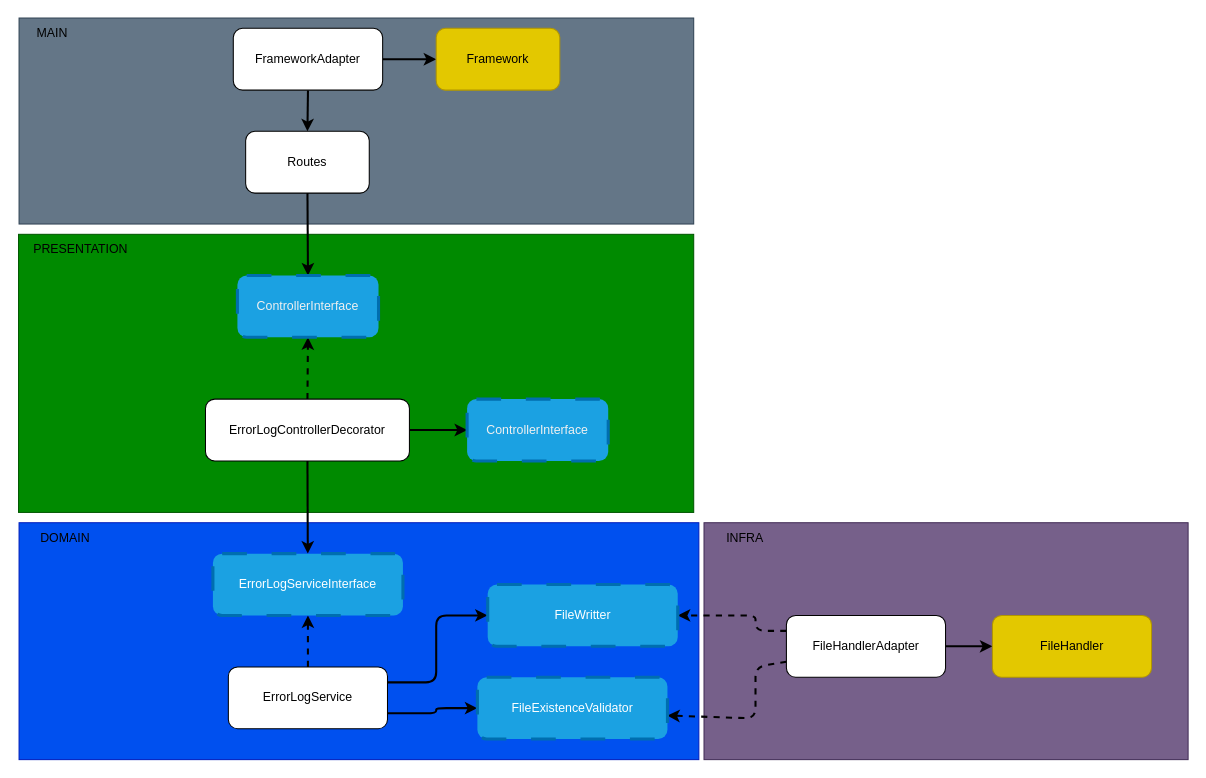
Before: diagrams/error-log.drawio in DouglasVolcato/node-tdd-clean-architecture, a draw.io diagram. Source tidied: cells renumbered, new cells numbered last; positions are measured from the earlier drawing's top-left corner, leaving out a move shared by most shapes. Both pictures are drawn from the tidied source at 103%, with x=0, y=0 at pixel (18, 18).
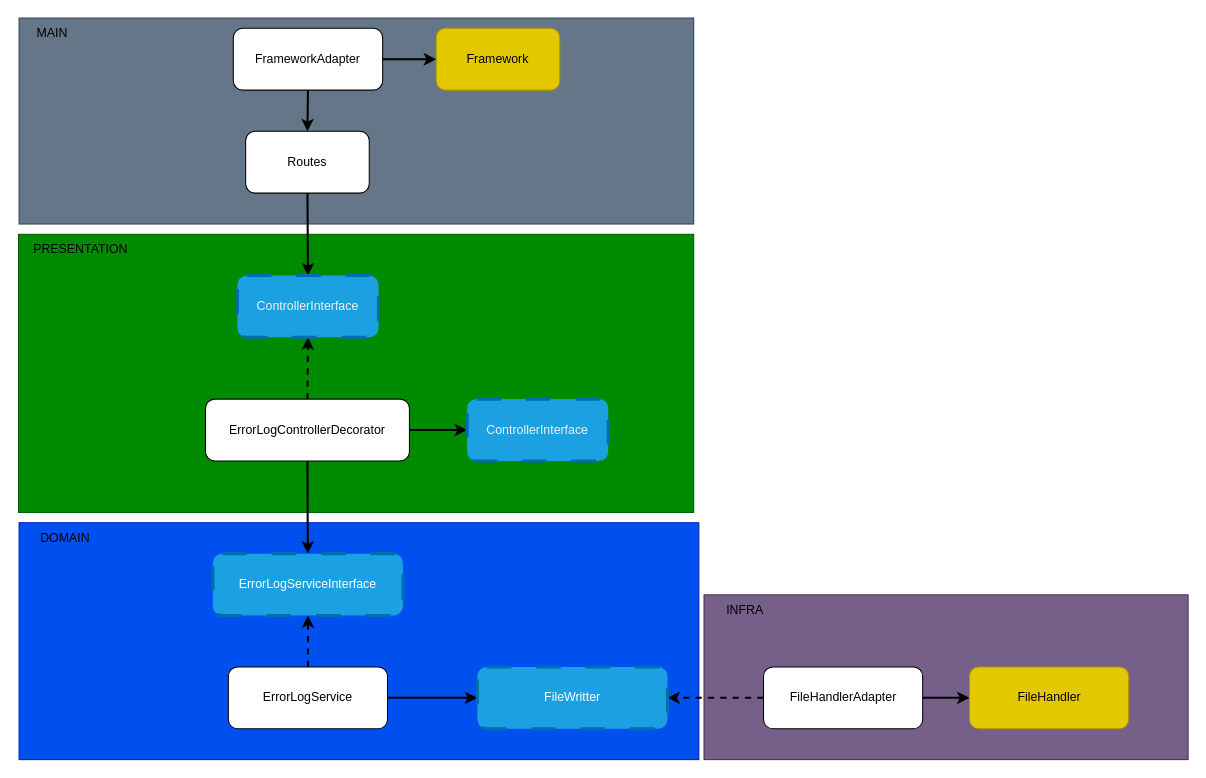
Above is the later version.

Commit message:
chore: implement diagram

The change refers to these unchanged cells:
```xml
<mxCell id="18" value="ErrorLogService" style="rounded=1;whiteSpace=wrap;html=1;" parent="1" vertex="1">
  <mxGeometry x="204.2" y="630" width="154.5" height="60" as="geometry" />
</mxCell>
```

The edit, as a diff of the source:
```diff
@@
     <mxCell id="2" style="rounded=0;whiteSpace=wrap;html=1;fillColor=#76608a;fontColor=#ffffff;strokeColor=#432D57;" parent="1" vertex="1">
-      <mxGeometry x="666" y="490" width="470" height="230" as="geometry" />
+      <mxGeometry x="666" y="560" width="470" height="160" as="geometry" />
     </mxCell>
@@
-    <mxCell id="16" style="edgeStyle=none;html=1;exitX=1;exitY=0.25;exitDx=0;exitDy=0;entryX=0;entryY=0.5;entryDx=0;entryDy=0;strokeWidth=2;" parent="1" edge="1" source="18" target="28">
-      <mxGeometry relative="1" as="geometry">
-        <Array as="points">
-          <mxPoint x="406" y="645" />
-          <mxPoint x="406" y="580" />
-        </Array>
-      </mxGeometry>
+    <mxCell id="16" style="edgeStyle=none;html=1;exitX=1;exitY=0.5;exitDx=0;exitDy=0;entryX=0;entryY=0.5;entryDx=0;entryDy=0;strokeWidth=2;" parent="1" edge="1" source="18" target="28">
+      <mxGeometry relative="1" as="geometry" />
     </mxCell>
-    <mxCell id="17" style="edgeStyle=none;html=1;exitX=1;exitY=0.75;exitDx=0;exitDy=0;entryX=0;entryY=0.5;entryDx=0;entryDy=0;strokeWidth=2;" parent="1" edge="1" source="18" target="33">
-      <mxGeometry relative="1" as="geometry">
-        <Array as="points">
-          <mxPoint x="406" y="675" />
-          <mxPoint x="406" y="670" />
-        </Array>
-      </mxGeometry>
-    </mxCell>
@@
-    <mxCell id="20" style="edgeStyle=none;html=1;exitX=0;exitY=0.25;exitDx=0;exitDy=0;entryX=1;entryY=0.5;entryDx=0;entryDy=0;dashed=1;strokeWidth=2;" parent="1" edge="1" source="22" target="28">
-      <mxGeometry relative="1" as="geometry">
-        <Array as="points">
-          <mxPoint x="716" y="595" />
-          <mxPoint x="716" y="580" />
-        </Array>
-      </mxGeometry>
-    </mxCell>
-    <mxCell id="21" style="edgeStyle=none;html=1;exitX=0;exitY=0.75;exitDx=0;exitDy=0;entryX=0.999;entryY=0.62;entryDx=0;entryDy=0;entryPerimeter=0;dashed=1;strokeWidth=2;" parent="1" edge="1" source="22" target="33">
-      <mxGeometry relative="1" as="geometry">
-        <Array as="points">
-          <mxPoint x="716" y="630" />
-          <mxPoint x="716" y="680" />
-        </Array>
-      </mxGeometry>
-    </mxCell>
+    <mxCell id="17" style="edgeStyle=none;html=1;exitX=0;exitY=0.5;exitDx=0;exitDy=0;entryX=1;entryY=0.5;entryDx=0;entryDy=0;strokeWidth=2;dashed=1;" parent="1" edge="1" source="22" target="28">
+      <mxGeometry relative="1" as="geometry" />
+    </mxCell>
     <mxCell id="22" value="FileHandlerAdapter" style="rounded=1;whiteSpace=wrap;html=1;" parent="1" vertex="1">
-      <mxGeometry x="746" y="580" width="154.5" height="60" as="geometry" />
+      <mxGeometry x="723.8" y="630" width="154.5" height="60" as="geometry" />
     </mxCell>
     <mxCell id="23" value="FileHandler" style="rounded=1;whiteSpace=wrap;html=1;fillColor=#e3c800;fontColor=#000000;strokeColor=#B09500;" parent="1" vertex="1">
-      <mxGeometry x="946" y="580" width="154.5" height="60" as="geometry" />
+      <mxGeometry x="923.8" y="630" width="154.5" height="60" as="geometry" />
     </mxCell>
@@
     <mxCell id="27" value="INFRA" style="text;html=1;strokeColor=none;fillColor=none;align=center;verticalAlign=middle;whiteSpace=wrap;rounded=0;" parent="1" vertex="1">
-      <mxGeometry x="666" y="490" width="80" height="30" as="geometry" />
+      <mxGeometry x="666" y="560" width="80" height="30" as="geometry" />
     </mxCell>
     <mxCell id="28" value="FileWritter" style="rounded=1;whiteSpace=wrap;html=1;dashed=1;dashPattern=8 8;strokeWidth=3;fillColor=#1ba1e2;fontColor=#ffffff;strokeColor=#006EAF;" parent="1" vertex="1">
-      <mxGeometry x="456" y="550" width="184.5" height="60" as="geometry" />
+      <mxGeometry x="446" y="630" width="184.5" height="60" as="geometry" />
     </mxCell>
@@
-    <mxCell id="33" value="FileExistenceValidator" style="rounded=1;whiteSpace=wrap;html=1;dashed=1;dashPattern=8 8;strokeWidth=3;fillColor=#1ba1e2;fontColor=#ffffff;strokeColor=#006EAF;" parent="1" vertex="1">
-      <mxGeometry x="446" y="640" width="184.5" height="60" as="geometry" />
-    </mxCell>
```
